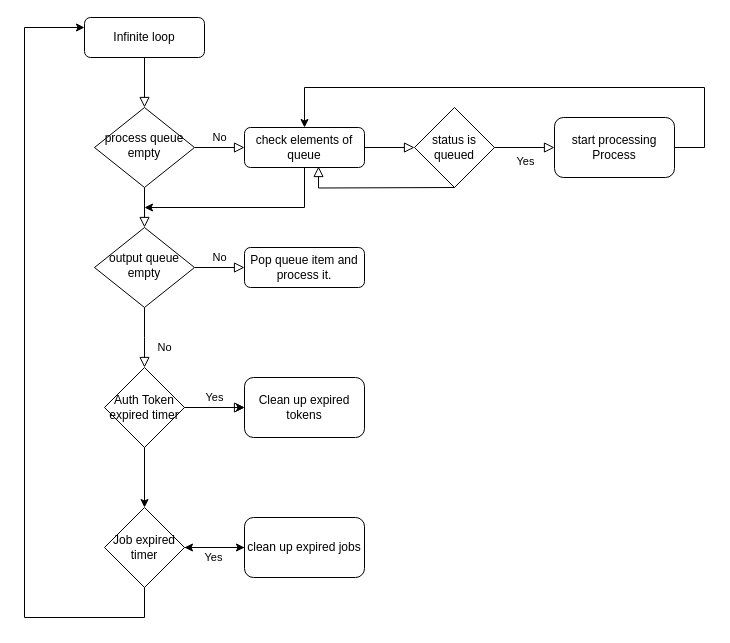
The draw.io diagram docs/flowprocessmanager.drawio in GIP-ITC-UniversityTwente/OpenEO_GIP, before the edit. Source tidied: cells renumbered, new cells numbered last; positions are measured from the earlier drawing's top-left corner, leaving out a move shared by most shapes. Both pictures are drawn from the tidied source at 100%, with x=0, y=0 at pixel (24, 17).
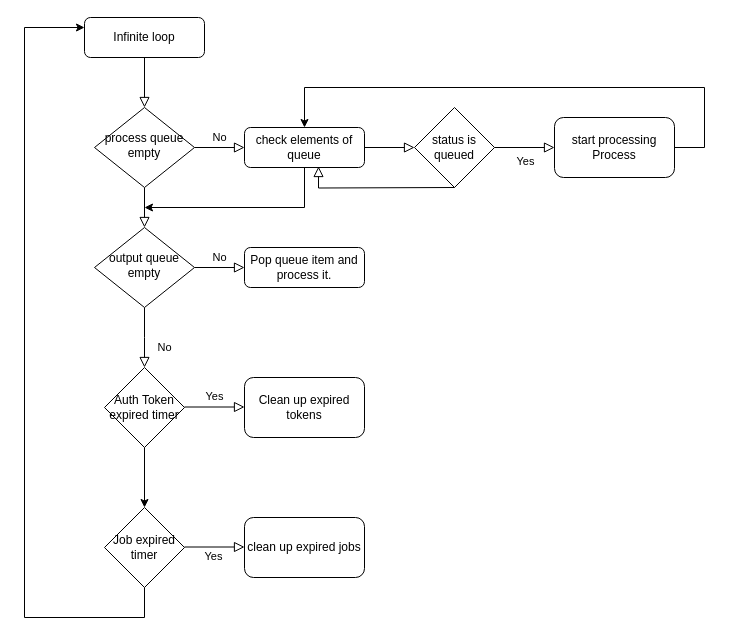
The same page after the edit.

Unchanged cells that the change refers to:
```xml
<mxCell id="20" value="Auth Token expired timer" style="rhombus;whiteSpace=wrap;html=1;" parent="1" vertex="1">
  <mxGeometry x="80" y="350" width="80" height="80" as="geometry" />
</mxCell>
<mxCell id="21" value="Clean up expired tokens" style="rounded=1;whiteSpace=wrap;html=1;" parent="1" vertex="1">
  <mxGeometry x="220" y="360" width="120" height="60" as="geometry" />
</mxCell>
<mxCell id="25" value="Job expired timer" style="rhombus;whiteSpace=wrap;html=1;" parent="1" vertex="1">
  <mxGeometry x="80" y="490" width="80" height="80" as="geometry" />
</mxCell>
<mxCell id="28" value="clean up expired jobs" style="rounded=1;whiteSpace=wrap;html=1;" parent="1" vertex="1">
  <mxGeometry x="220" y="500" width="120" height="60" as="geometry" />
</mxCell>
```

Change to the diagram source:
```diff
@@
-    <mxCell id="19" style="edgeStyle=orthogonalEdgeStyle;rounded=0;jettySize=auto;html=1;" parent="1" edge="1" source="20" target="21">
-      <mxGeometry relative="1" as="geometry" />
-    </mxCell>
@@
-    <mxCell id="23" style="endArrow=block;html=1;rounded=0;entryX=0;entryY=0.5;entryDx=0;entryDy=0;endFill=0;endSize=8;" parent="1" edge="1" target="21">
+    <mxCell id="23" style="endArrow=block;html=1;rounded=0;entryX=0;entryY=0.5;entryDx=0;entryDy=0;endFill=0;endSize=8;" parent="1" edge="1">
       <mxGeometry relative="1" as="geometry">
-        <mxPoint x="160" y="390" as="sourcePoint" />
+        <mxPoint x="160" y="389.5" as="sourcePoint" />
+        <mxPoint x="220" y="389.5" as="targetPoint" />
       </mxGeometry>
     </mxCell>
@@
-    <mxCell id="27" style="edgeStyle=orthogonalEdgeStyle;rounded=0;jettySize=auto;html=1;" parent="1" edge="1" source="28" target="25">
-      <mxGeometry relative="1" as="geometry" />
-    </mxCell>
@@
-    <mxCell id="29" style="endArrow=classic;html=1;rounded=0;entryX=0;entryY=0.5;entryDx=0;entryDy=0;" parent="1" edge="1" target="28">
+    <mxCell id="29" style="endArrow=block;html=1;rounded=0;entryX=0;entryY=0.5;entryDx=0;entryDy=0;endFill=0;endSize=8;" parent="1" edge="1">
       <mxGeometry relative="1" as="geometry">
-        <mxPoint x="160" y="530" as="sourcePoint" />
+        <mxPoint x="160" y="529.5" as="sourcePoint" />
+        <mxPoint x="220" y="529.5" as="targetPoint" />
       </mxGeometry>
     </mxCell>
```
